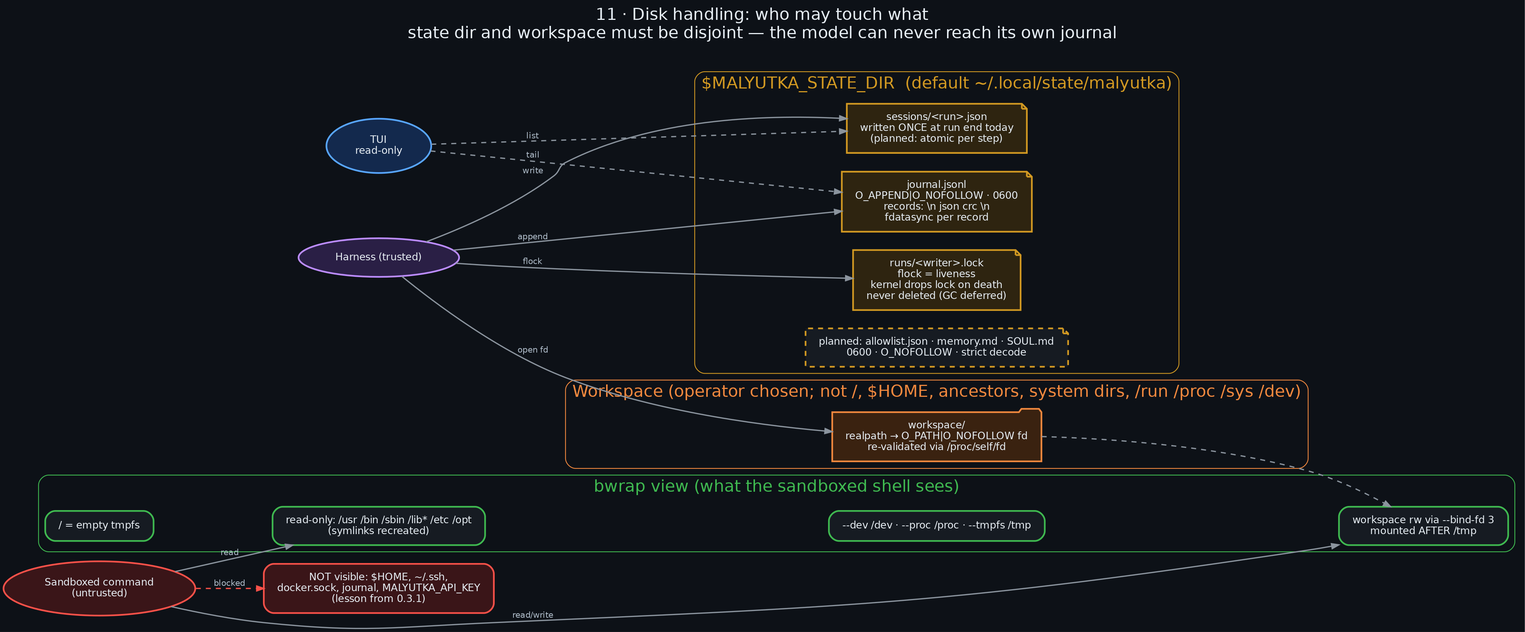
danindiana/malyutka keeps this Graphviz diagram as docs/diagrams/11_disk_handling.png. Above is the earlier version. Its source is kept beside it as docs/diagrams/11_disk_handling.dot.
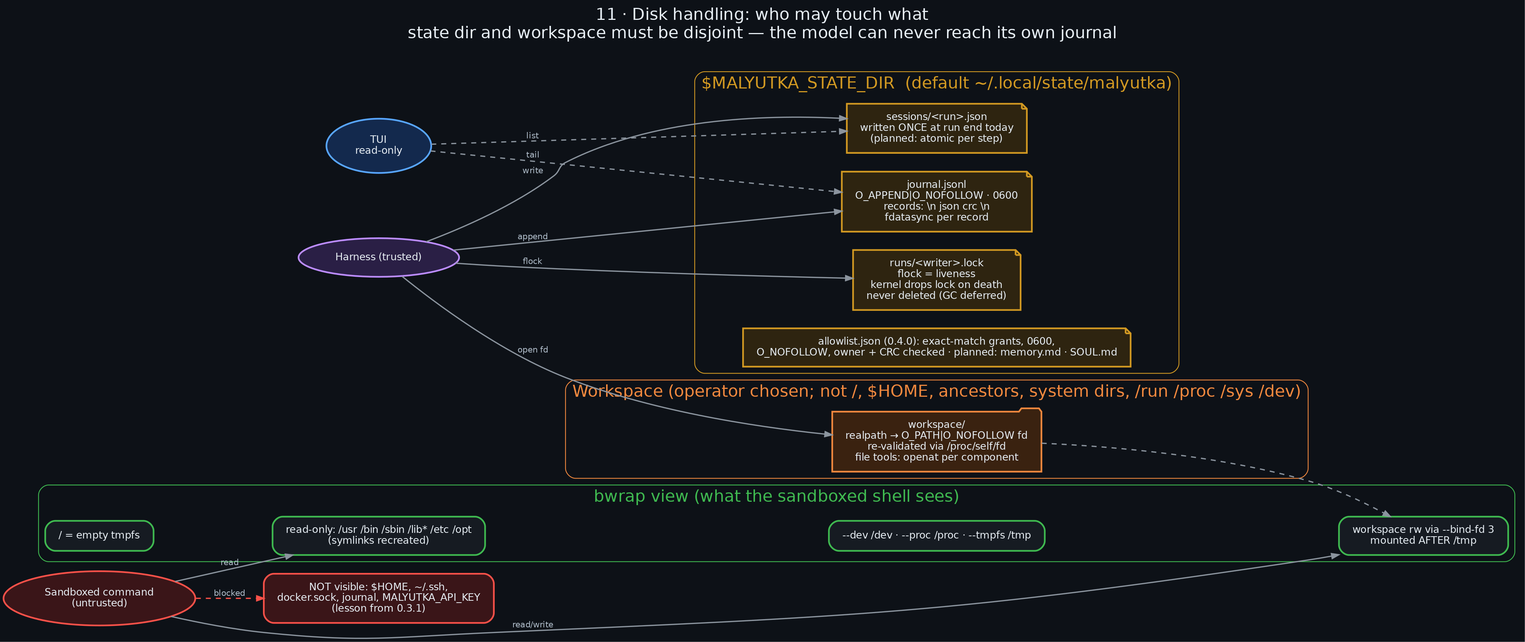
After the change.

What changed in the source:
```diff
@@ -9,11 +9,11 @@
         journal [label="journal.jsonl\nO_APPEND|O_NOFOLLOW · 0600\nrecords: \\n json crc \\n\nfdatasync per record", shape=note, color="#d29922", fillcolor="#2e2410"];
         locks [label="runs/<writer>.lock\nflock = liveness\nkernel drops lock on death\nnever deleted (GC deferred)", shape=note, color="#d29922", fillcolor="#2e2410"];
         sessions [label="sessions/<run>.json\nwritten ONCE at run end today\n(planned: atomic per step)", shape=note, color="#d29922", fillcolor="#2e2410"];
-        planned [label="planned: allowlist.json · memory.md · SOUL.md\n0600 · O_NOFOLLOW · strict decode", shape=note, color="#d29922", style="filled,dashed"];
+        allow [label="allowlist.json (0.4.0): exact-match grants, 0600,\nO_NOFOLLOW, owner + CRC checked · planned: memory.md · SOUL.md", shape=note, color="#d29922", fillcolor="#2e2410"];
     }
     subgraph cluster_ws {
         label="Workspace (operator chosen; not /, $HOME, ancestors, system dirs, /run /proc /sys /dev)"; fontcolor="#f0883e"; color="#f0883e"; style="rounded";
-        wsdir [label="workspace/\nrealpath → O_PATH|O_NOFOLLOW fd\nre-validated via /proc/self/fd", shape=folder, color="#f0883e", fillcolor="#3a2210"];
+        wsdir [label="workspace/\nrealpath → O_PATH|O_NOFOLLOW fd\nre-validated via /proc/self/fd\nfile tools: openat per component", shape=folder, color="#f0883e", fillcolor="#3a2210"];
     }
     subgraph cluster_box {
         label="bwrap view (what the sandboxed shell sees)"; fontcolor="#3fb950"; color="#3fb950"; style="rounded";
```
